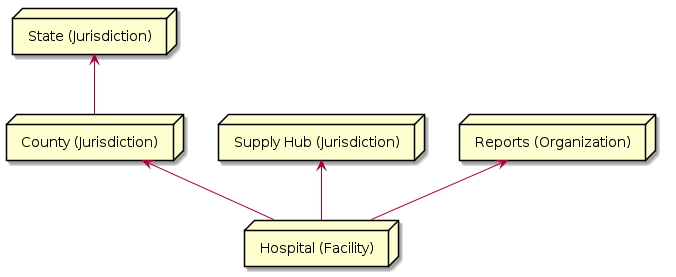
IHE/mCSD-Whitepaper keeps this PlantUML diagram as media/multiple-hierarchies.png. Above is the earlier version.
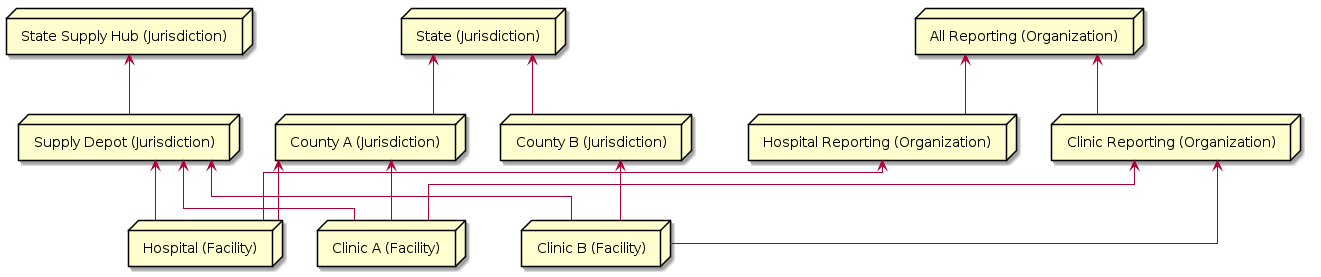
Later version of the same file.

The edit, as a diff of the source:
```diff
@@ -1,11 +1,32 @@
 @startuml multiple-hierarchies
+skinparam linetype ortho
 node state as "State (Jurisdiction)"
-node county as "County (Jurisdiction)"
+together {
+  node countya as "County A (Jurisdiction)"
+  node countyb as "County B (Jurisdiction)"
+}
 node hospital as "Hospital (Facility)"
-node supply as "Supply Hub (Jurisdiction)"
-node report as "Reports (Organization)"
-state <-- county
-county <-- hospital
-supply <-- hospital
-report <-- hospital
+node clinica as "Clinic A (Facility)"
+node clinicb as "Clinic B (Facility)"
+node supplyhub as "State Supply Hub (Jurisdiction)"
+node depot as "Supply Depot (Jurisdiction)"
+node report as "All Reporting (Organization)"
+together {
+  node hospreport as "Hospital Reporting (Organization)"
+  node clinicreport as "Clinic Reporting (Organization)"
+}
+state <-- countya
+state <-- countyb
+countya <-- hospital
+countya <-- clinica
+countyb <-- clinicb
+supplyhub <-- depot
+depot <-- hospital
+depot <-- clinica
+depot <-- clinicb
+report <-- hospreport
+report <-- clinicreport
+hospreport <-- hospital
+clinicreport <-- clinica
+clinicreport <-- clinicb
 @enduml
```
